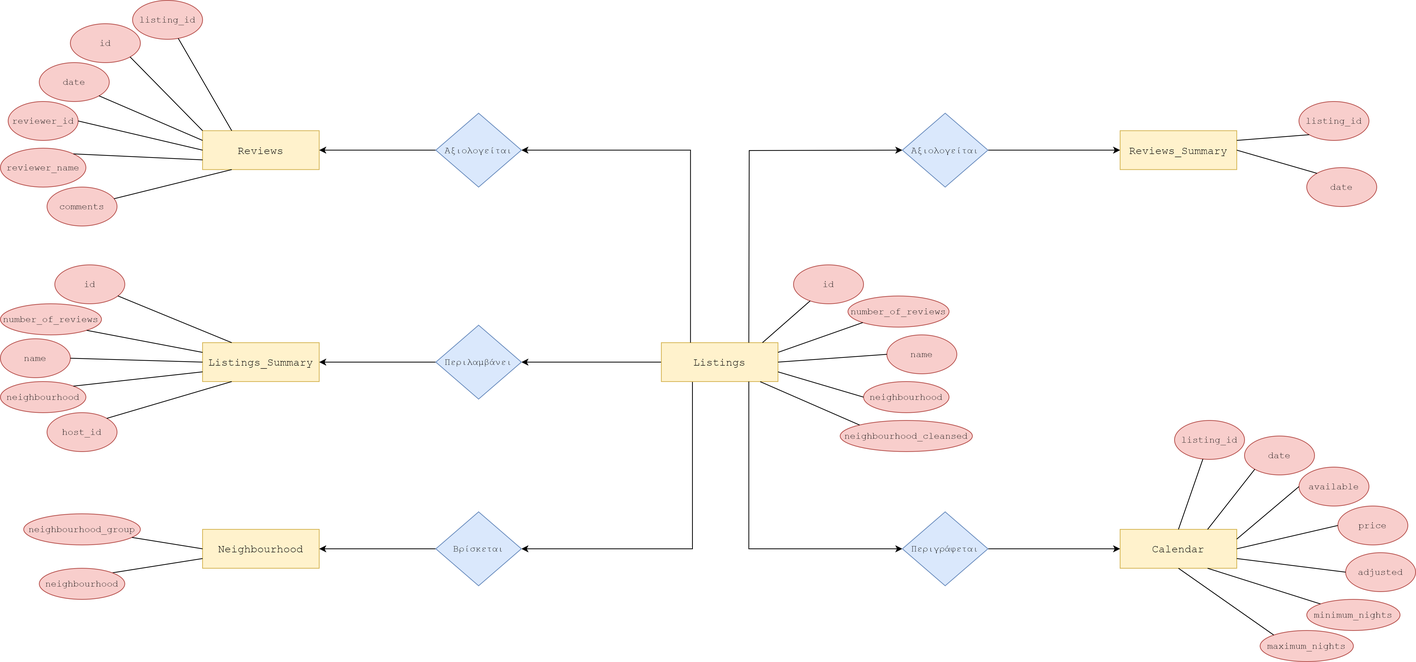
This is CREATE_TABLES/DIAGRAMS/airbnb_ERD.png from PanagiotisNtymenos/Airbnb-Database, a draw.io export, as it was before one commit. Source tidied: cells renumbered, new cells last; positions are measured from the earlier drawing's top-left corner, leaving out a move shared by most shapes.
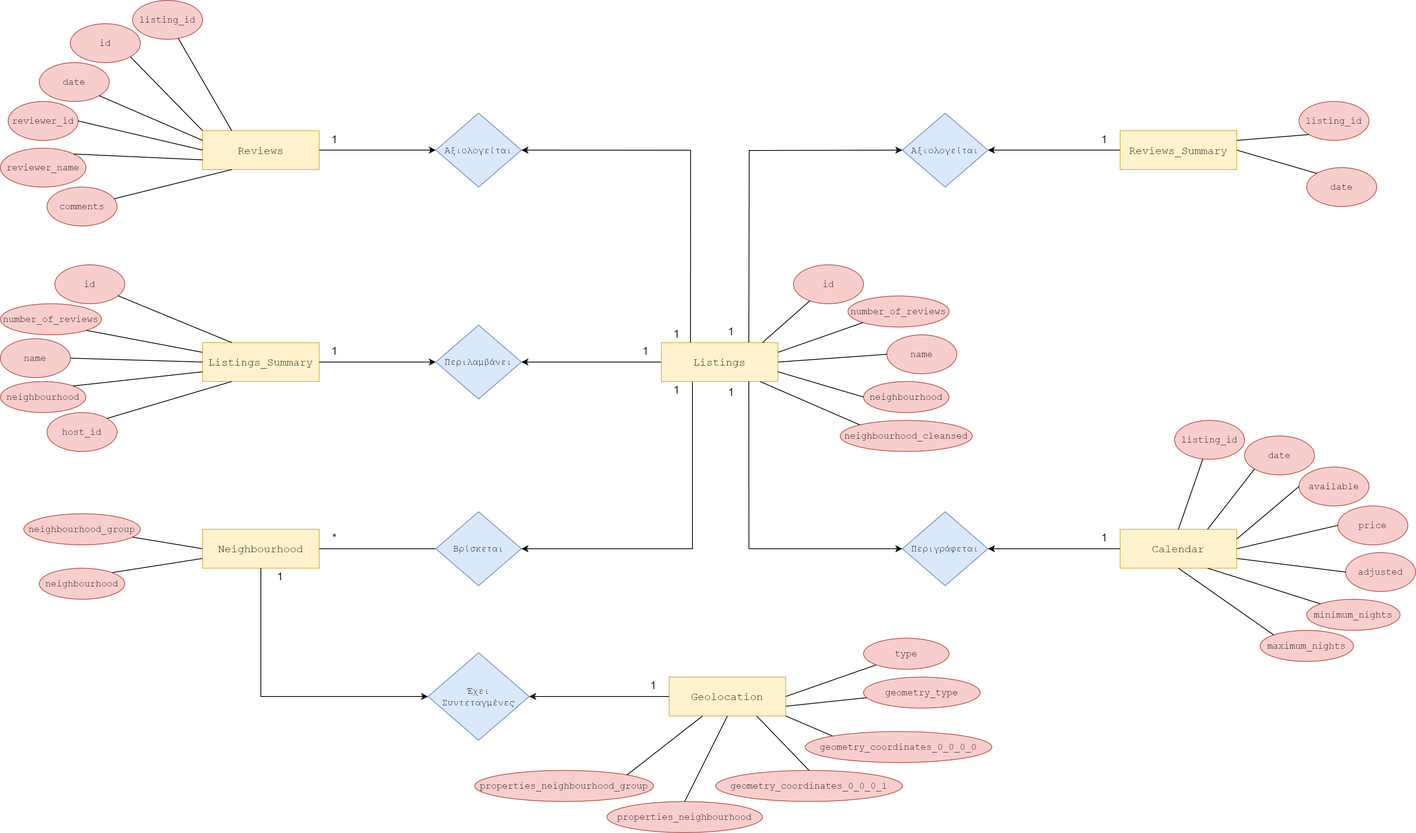
After the change.

Diff of the diagram source:
```diff
@@ -135,7 +135,7 @@
     <mxCell id="43" style="endArrow=none;html=1;entryX=1;entryY=0;entryDx=0;entryDy=0;exitX=0.25;exitY=1;exitDx=0;exitDy=0;" parent="1" edge="1" source="7" target="38">
       <mxGeometry relative="1" as="geometry" />
     </mxCell>
-    <mxCell id="44" style="edgeStyle=orthogonalEdgeStyle;rounded=0;jettySize=auto;html=1;entryX=1;entryY=0.5;entryDx=0;entryDy=0;" parent="1" edge="1" source="45" target="7">
+    <mxCell id="44" style="edgeStyle=orthogonalEdgeStyle;rounded=0;jettySize=auto;html=1;entryX=1;entryY=0.5;entryDx=0;entryDy=0;startArrow=classic;startFill=1;endArrow=none;endFill=0;" parent="1" edge="1" source="45" target="7">
       <mxGeometry relative="1" as="geometry" />
     </mxCell>
     <mxCell id="45" value="&lt;font face=&quot;Courier New&quot;&gt;Περιλαμβάνει&lt;/font&gt;" style="rhombus;whiteSpace=wrap;html=1;fillColor=#dae8fc;strokeColor=#6c8ebf;" parent="1" vertex="1">
@@ -189,7 +189,7 @@
     <mxCell id="61" value="&lt;font face=&quot;Courier New&quot;&gt;neighbourhood&lt;/font&gt;" style="ellipse;whiteSpace=wrap;html=1;fillColor=#f8cecc;strokeColor=#b85450;" parent="1" vertex="1">
       <mxGeometry x="50" y="730" width="110" height="40" as="geometry" />
     </mxCell>
-    <mxCell id="62" style="edgeStyle=orthogonalEdgeStyle;rounded=0;jettySize=auto;html=1;entryX=1;entryY=0.5;entryDx=0;entryDy=0;" parent="1" edge="1" source="63" target="9">
+    <mxCell id="62" style="edgeStyle=orthogonalEdgeStyle;rounded=0;jettySize=auto;html=1;entryX=1;entryY=0.5;entryDx=0;entryDy=0;endArrow=none;endFill=0;" parent="1" edge="1" source="63" target="9">
       <mxGeometry relative="1" as="geometry" />
     </mxCell>
     <mxCell id="63" value="&lt;font face=&quot;Courier New&quot;&gt;Βρίσκεται&lt;/font&gt;" style="rhombus;whiteSpace=wrap;html=1;fillColor=#dae8fc;strokeColor=#6c8ebf;" parent="1" vertex="1">
@@ -202,7 +202,7 @@
         </Array>
       </mxGeometry>
     </mxCell>
-    <mxCell id="65" style="edgeStyle=orthogonalEdgeStyle;rounded=0;jettySize=auto;html=1;entryX=0;entryY=0.5;entryDx=0;entryDy=0;" parent="1" edge="1" source="66" target="2">
+    <mxCell id="65" style="edgeStyle=orthogonalEdgeStyle;rounded=0;jettySize=auto;html=1;entryX=0;entryY=0.5;entryDx=0;entryDy=0;startArrow=classic;startFill=1;endArrow=none;endFill=0;" parent="1" edge="1" source="66" target="2">
       <mxGeometry relative="1" as="geometry" />
     </mxCell>
     <mxCell id="66" value="&lt;font face=&quot;Courier New&quot;&gt;Περιγράφεται&lt;/font&gt;" style="rhombus;whiteSpace=wrap;html=1;fillColor=#dae8fc;strokeColor=#6c8ebf;" parent="1" vertex="1">
@@ -216,13 +216,13 @@
         </Array>
       </mxGeometry>
     </mxCell>
-    <mxCell id="68" style="edgeStyle=orthogonalEdgeStyle;rounded=0;jettySize=auto;html=1;entryX=1;entryY=0.5;entryDx=0;entryDy=0;" parent="1" edge="1" source="69" target="8">
+    <mxCell id="68" style="edgeStyle=orthogonalEdgeStyle;rounded=0;jettySize=auto;html=1;entryX=1;entryY=0.5;entryDx=0;entryDy=0;startArrow=classic;startFill=1;endArrow=none;endFill=0;" parent="1" edge="1" source="69" target="8">
       <mxGeometry relative="1" as="geometry" />
     </mxCell>
     <mxCell id="69" value="&lt;font face=&quot;Courier New&quot;&gt;Αξιολογείται&lt;/font&gt;" style="rhombus;whiteSpace=wrap;html=1;fillColor=#dae8fc;strokeColor=#6c8ebf;" parent="1" vertex="1">
       <mxGeometry x="560" y="145" width="110" height="95" as="geometry" />
     </mxCell>
-    <mxCell id="70" style="edgeStyle=orthogonalEdgeStyle;rounded=0;jettySize=auto;html=1;entryX=0;entryY=0.5;entryDx=0;entryDy=0;" parent="1" edge="1" source="71" target="6">
+    <mxCell id="70" style="edgeStyle=orthogonalEdgeStyle;rounded=0;jettySize=auto;html=1;entryX=0;entryY=0.5;entryDx=0;entryDy=0;startArrow=classic;startFill=1;endArrow=none;endFill=0;" parent="1" edge="1" source="71" target="6">
       <mxGeometry relative="1" as="geometry" />
     </mxCell>
     <mxCell id="71" value="&lt;span style=&quot;font-family: &amp;#34;courier new&amp;#34;&quot;&gt;Αξιολογείται&lt;/span&gt;" style="rhombus;whiteSpace=wrap;html=1;fillColor=#dae8fc;strokeColor=#6c8ebf;" parent="1" vertex="1">
@@ -247,5 +247,93 @@
         </Array>
       </mxGeometry>
     </mxCell>
+    <mxCell id="77" value="&lt;font style=&quot;font-size: 14px&quot;&gt;1&lt;/font&gt;" style="text;html=1;strokeColor=none;fillColor=none;align=center;verticalAlign=middle;whiteSpace=wrap;rounded=0;" parent="1" vertex="1">
+      <mxGeometry x="850" y="490" width="40" height="20" as="geometry" />
+    </mxCell>
+    <mxCell id="78" value="&lt;font style=&quot;font-size: 14px&quot;&gt;*&lt;/font&gt;" style="text;html=1;strokeColor=none;fillColor=none;align=center;verticalAlign=middle;whiteSpace=wrap;rounded=0;" parent="1" vertex="1">
+      <mxGeometry x="410" y="680" width="40" height="20" as="geometry" />
+    </mxCell>
+    <mxCell id="79" value="&lt;font style=&quot;font-size: 14px&quot;&gt;1&lt;/font&gt;" style="text;html=1;strokeColor=none;fillColor=none;align=center;verticalAlign=middle;whiteSpace=wrap;rounded=0;" parent="1" vertex="1">
+      <mxGeometry x="810" y="440" width="40" height="20" as="geometry" />
+    </mxCell>
+    <mxCell id="80" value="&lt;font style=&quot;font-size: 14px&quot;&gt;1&lt;/font&gt;" style="text;html=1;strokeColor=none;fillColor=none;align=center;verticalAlign=middle;whiteSpace=wrap;rounded=0;" parent="1" vertex="1">
+      <mxGeometry x="850" y="417.5" width="40" height="20" as="geometry" />
+    </mxCell>
+    <mxCell id="81" value="&lt;font style=&quot;font-size: 14px&quot;&gt;1&lt;/font&gt;" style="text;html=1;strokeColor=none;fillColor=none;align=center;verticalAlign=middle;whiteSpace=wrap;rounded=0;" parent="1" vertex="1">
+      <mxGeometry x="410" y="167.5" width="40" height="20" as="geometry" />
+    </mxCell>
+    <mxCell id="82" value="&lt;font style=&quot;font-size: 14px&quot;&gt;1&lt;/font&gt;" style="text;html=1;strokeColor=none;fillColor=none;align=center;verticalAlign=middle;whiteSpace=wrap;rounded=0;" parent="1" vertex="1">
+      <mxGeometry x="410" y="440" width="40" height="20" as="geometry" />
+    </mxCell>
+    <mxCell id="83" value="&lt;font style=&quot;font-size: 14px&quot;&gt;1&lt;/font&gt;" style="text;html=1;strokeColor=none;fillColor=none;align=center;verticalAlign=middle;whiteSpace=wrap;rounded=0;" parent="1" vertex="1">
+      <mxGeometry x="920" y="415" width="40" height="20" as="geometry" />
+    </mxCell>
+    <mxCell id="84" value="&lt;font style=&quot;font-size: 14px&quot;&gt;1&lt;/font&gt;" style="text;html=1;strokeColor=none;fillColor=none;align=center;verticalAlign=middle;whiteSpace=wrap;rounded=0;" parent="1" vertex="1">
+      <mxGeometry x="1400" y="167.5" width="40" height="20" as="geometry" />
+    </mxCell>
+    <mxCell id="85" value="&lt;font style=&quot;font-size: 14px&quot;&gt;1&lt;/font&gt;" style="text;html=1;strokeColor=none;fillColor=none;align=center;verticalAlign=middle;whiteSpace=wrap;rounded=0;" parent="1" vertex="1">
+      <mxGeometry x="920" y="492.5" width="40" height="20" as="geometry" />
+    </mxCell>
+    <mxCell id="86" value="&lt;font style=&quot;font-size: 14px&quot;&gt;1&lt;/font&gt;" style="text;html=1;strokeColor=none;fillColor=none;align=center;verticalAlign=middle;whiteSpace=wrap;rounded=0;" parent="1" vertex="1">
+      <mxGeometry x="1400" y="680" width="40" height="20" as="geometry" />
+    </mxCell>
+    <mxCell id="87" value="&lt;font face=&quot;Courier New&quot; style=&quot;font-size: 14px&quot;&gt;Geolocation&lt;/font&gt;" style="rounded=0;whiteSpace=wrap;html=1;fillColor=#fff2cc;strokeColor=#d6b656;" parent="1" vertex="1">
+      <mxGeometry x="860" y="870" width="150" height="50" as="geometry" />
+    </mxCell>
+    <mxCell id="88" value="&lt;font face=&quot;Courier New&quot;&gt;geometry_type&lt;/font&gt;" style="ellipse;whiteSpace=wrap;html=1;fillColor=#f8cecc;strokeColor=#b85450;" parent="1" vertex="1">
+      <mxGeometry x="1110" y="870" width="150" height="40" as="geometry" />
+    </mxCell>
+    <mxCell id="89" style="endArrow=none;html=1;exitX=1;exitY=0.75;exitDx=0;exitDy=0;" parent="1" edge="1" source="87" target="88">
+      <mxGeometry relative="1" as="geometry" />
+    </mxCell>
+    <mxCell id="90" style="endArrow=none;html=1;entryX=0;entryY=1;entryDx=0;entryDy=0;exitX=1;exitY=0.5;exitDx=0;exitDy=0;" parent="1" edge="1" source="87" target="91">
+      <mxGeometry relative="1" as="geometry" />
+    </mxCell>
+    <mxCell id="91" value="&lt;font face=&quot;Courier New&quot;&gt;type&lt;/font&gt;" style="ellipse;whiteSpace=wrap;html=1;fillColor=#f8cecc;strokeColor=#b85450;" parent="1" vertex="1">
+      <mxGeometry x="1110" y="820" width="110" height="40" as="geometry" />
+    </mxCell>
+    <mxCell id="92" value="&lt;font face=&quot;Courier New&quot;&gt;geometry_coordinates_0_0_0_0&lt;/font&gt;" style="ellipse;whiteSpace=wrap;html=1;fillColor=#f8cecc;strokeColor=#b85450;" parent="1" vertex="1">
+      <mxGeometry x="1035" y="940" width="240" height="40" as="geometry" />
+    </mxCell>
+    <mxCell id="93" value="&lt;span style=&quot;font-family: &amp;#34;courier new&amp;#34;&quot;&gt;geometry_coordinates_0_0_0_1&lt;/span&gt;" style="ellipse;whiteSpace=wrap;html=1;fillColor=#f8cecc;strokeColor=#b85450;" parent="1" vertex="1">
+      <mxGeometry x="920" y="990" width="240" height="40" as="geometry" />
+    </mxCell>
+    <mxCell id="94" value="&lt;span style=&quot;font-family: &amp;#34;courier new&amp;#34;&quot;&gt;properties_neighbourhood&lt;/span&gt;" style="ellipse;whiteSpace=wrap;html=1;fillColor=#f8cecc;strokeColor=#b85450;" parent="1" vertex="1">
+      <mxGeometry x="780" y="1030" width="200" height="40" as="geometry" />
+    </mxCell>
+    <mxCell id="95" value="&lt;span style=&quot;font-family: &amp;#34;courier new&amp;#34;&quot;&gt;properties_neighbourhood_group&lt;/span&gt;" style="ellipse;whiteSpace=wrap;html=1;fillColor=#f8cecc;strokeColor=#b85450;" parent="1" vertex="1">
+      <mxGeometry x="610" y="990" width="230" height="40" as="geometry" />
+    </mxCell>
+    <mxCell id="96" style="endArrow=none;html=1;entryX=1;entryY=1;entryDx=0;entryDy=0;exitX=0;exitY=0;exitDx=0;exitDy=0;" parent="1" edge="1" source="92" target="87">
+      <mxGeometry relative="1" as="geometry" />
+    </mxCell>
+    <mxCell id="97" style="endArrow=none;html=1;entryX=0.75;entryY=1;entryDx=0;entryDy=0;exitX=0.5;exitY=0;exitDx=0;exitDy=0;" parent="1" edge="1" source="93" target="87">
+      <mxGeometry relative="1" as="geometry" />
+    </mxCell>
+    <mxCell id="98" style="endArrow=none;html=1;entryX=0.5;entryY=1;entryDx=0;entryDy=0;exitX=0.5;exitY=0;exitDx=0;exitDy=0;" parent="1" edge="1" source="94" target="87">
+      <mxGeometry relative="1" as="geometry" />
+    </mxCell>
+    <mxCell id="99" style="endArrow=none;html=1;exitX=1;exitY=0;exitDx=0;exitDy=0;" parent="1" edge="1" source="95" target="87">
+      <mxGeometry relative="1" as="geometry" />
+    </mxCell>
+    <mxCell id="100" value="&lt;font face=&quot;Courier New&quot;&gt;Έχει&lt;br&gt;Συντεταγμένες&lt;br&gt;&lt;/font&gt;" style="rhombus;whiteSpace=wrap;html=1;fillColor=#dae8fc;strokeColor=#6c8ebf;" parent="1" vertex="1">
+      <mxGeometry x="550" y="838.8" width="130" height="112.5" as="geometry" />
+    </mxCell>
+    <mxCell id="101" style="endArrow=none;html=1;exitX=1;exitY=0.5;exitDx=0;exitDy=0;entryX=0;entryY=0.5;entryDx=0;entryDy=0;startArrow=classic;startFill=1;" parent="1" edge="1" source="100" target="87">
+      <mxGeometry relative="1" as="geometry" />
+    </mxCell>
+    <mxCell id="102" style="endArrow=classic;html=1;entryX=0;entryY=0.5;entryDx=0;entryDy=0;exitX=0.5;exitY=1;exitDx=0;exitDy=0;rounded=0;startArrow=none;startFill=0;endFill=1;" parent="1" edge="1" source="9" target="100">
+      <mxGeometry relative="1" as="geometry">
+        <Array as="points">
+          <mxPoint x="335" y="895" />
+        </Array>
+      </mxGeometry>
+    </mxCell>
+    <mxCell id="103" value="&lt;font style=&quot;font-size: 14px&quot;&gt;1&lt;/font&gt;" style="text;html=1;strokeColor=none;fillColor=none;align=center;verticalAlign=middle;whiteSpace=wrap;rounded=0;" parent="1" vertex="1">
+      <mxGeometry x="340" y="730" width="40" height="20" as="geometry" />
+    </mxCell>
+    <mxCell id="104" value="&lt;font style=&quot;font-size: 14px&quot;&gt;1&lt;/font&gt;" style="text;html=1;strokeColor=none;fillColor=none;align=center;verticalAlign=middle;whiteSpace=wrap;rounded=0;" parent="1" vertex="1">
+      <mxGeometry x="820" y="870" width="40" height="20" as="geometry" />
+    </mxCell>
   </root>
 </mxGraphModel>
```
